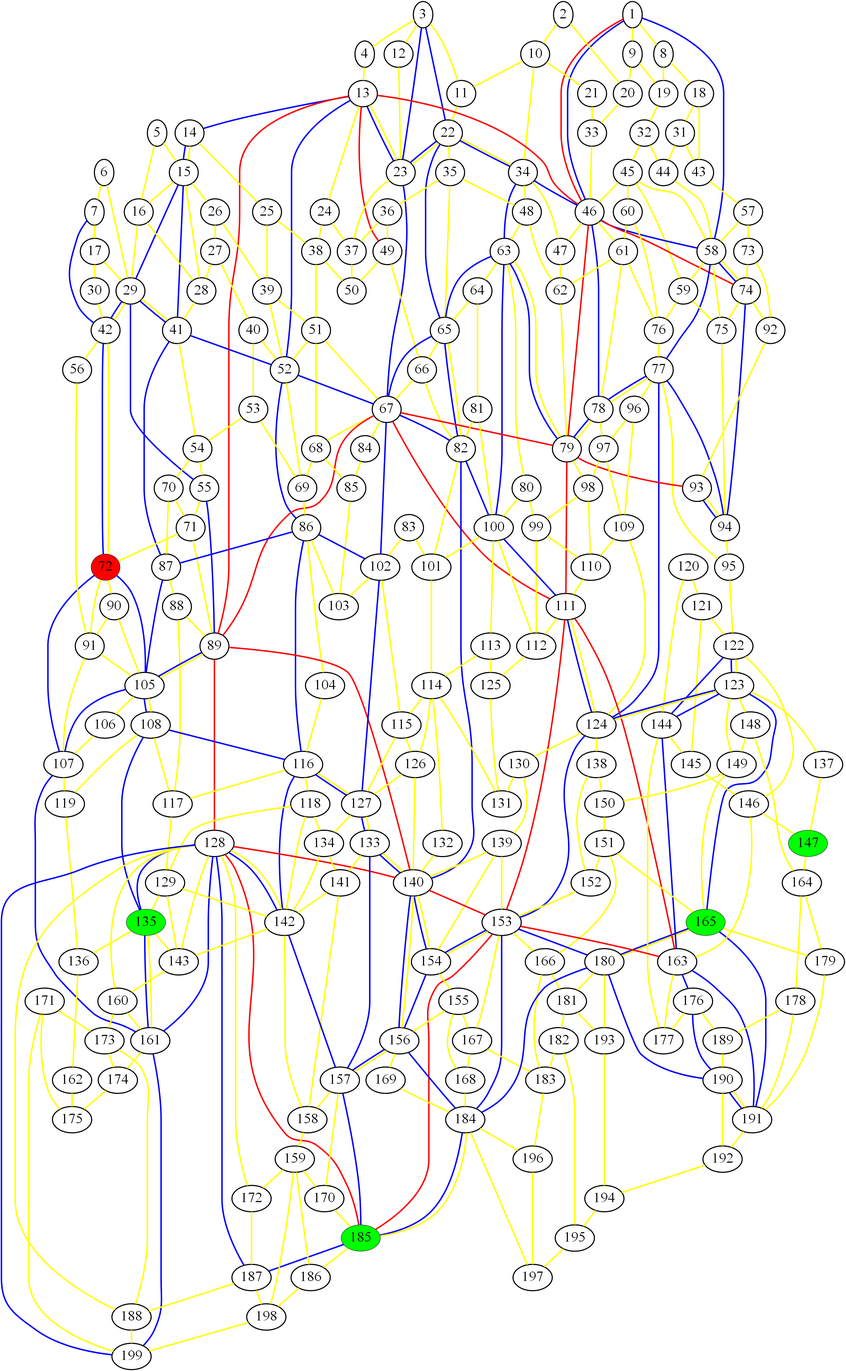
The Graphviz diagram graph_9.png in ed-churchill/complex-systems-project, before a commit. Its source is kept beside it as graph_9.gv.
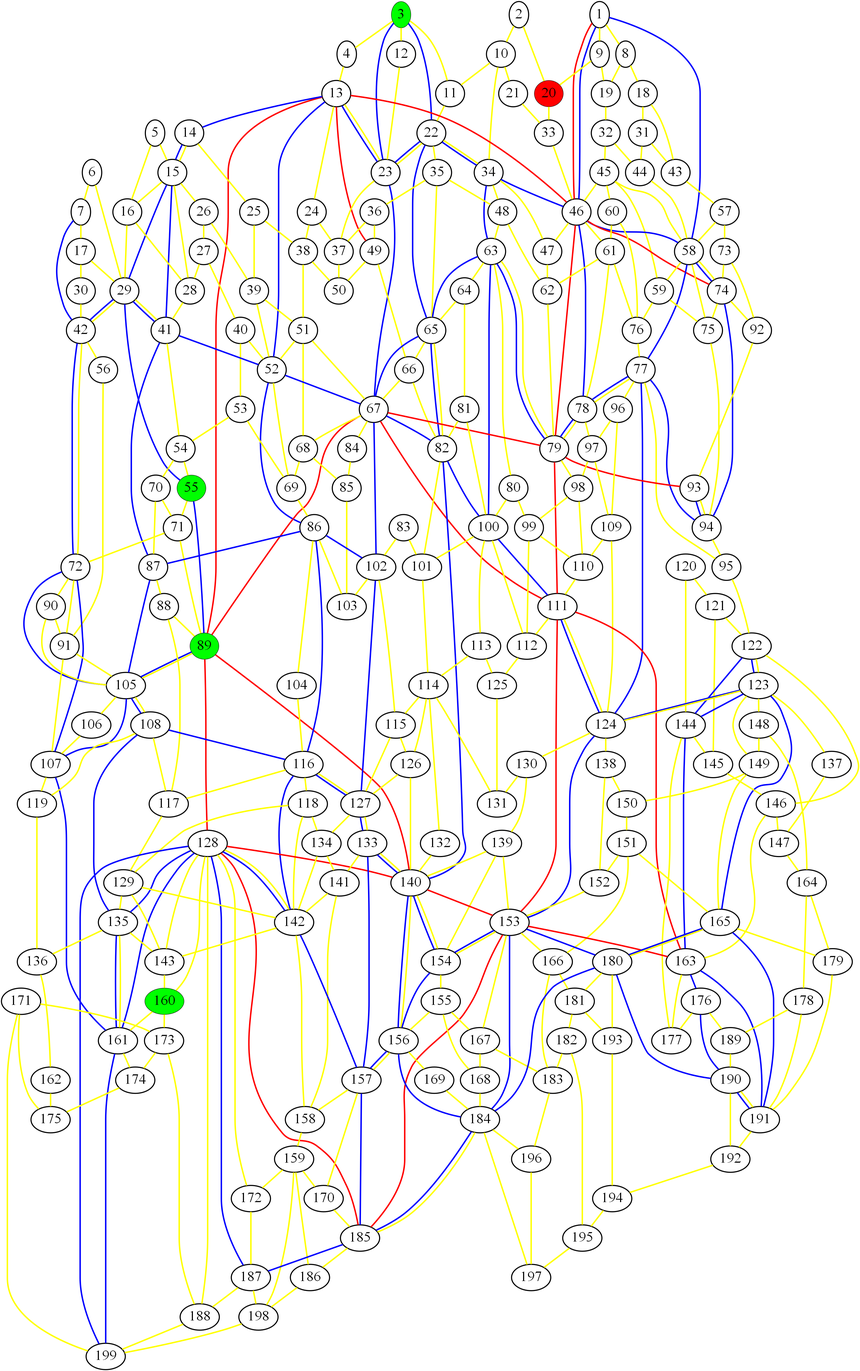
After the change.

What changed in the source:
```diff
@@ -1,12 +1,11 @@
 graph london_graph {
-72 [fillcolor=red, fontsize=40, pendwidth=3, style=filled];
-135 [fillcolor=green, fontsize=40, pendwidth=3, style=filled];
-147 [fillcolor=green, fontsize=40, pendwidth=3, style=filled];
-165 [fillcolor=green, fontsize=40, pendwidth=3, style=filled];
-185 [fillcolor=green, fontsize=40, pendwidth=3, style=filled];
+20 [fillcolor=red, fontsize=40, pendwidth=3, style=filled];
+55 [fillcolor=green, fontsize=40, pendwidth=3, style=filled];
+3 [fillcolor=green, fontsize=40, pendwidth=3, style=filled];
+160 [fillcolor=green, fontsize=40, pendwidth=3, style=filled];
+89 [fillcolor=green, fontsize=40, pendwidth=3, style=filled];
 1 [fontsize=40, penwidth=3];
 2 [fontsize=40, penwidth=3];
-3 [fontsize=40, penwidth=3];
 4 [fontsize=40, penwidth=3];
 5 [fontsize=40, penwidth=3];
 6 [fontsize=40, penwidth=3];
@@ -23,7 +22,6 @@
 17 [fontsize=40, penwidth=3];
 18 [fontsize=40, penwidth=3];
 19 [fontsize=40, penwidth=3];
-20 [fontsize=40, penwidth=3];
 21 [fontsize=40, penwidth=3];
 22 [fontsize=40, penwidth=3];
 23 [fontsize=40, penwidth=3];
@@ -58,7 +56,6 @@
 52 [fontsize=40, penwidth=3];
 53 [fontsize=40, penwidth=3];
 54 [fontsize=40, penwidth=3];
-55 [fontsize=40, penwidth=3];
 56 [fontsize=40, penwidth=3];
 57 [fontsize=40, penwidth=3];
 58 [fontsize=40, penwidth=3];
@@ -75,6 +72,7 @@
 69 [fontsize=40, penwidth=3];
 70 [fontsize=40, penwidth=3];
 71 [fontsize=40, penwidth=3];
+72 [fontsize=40, penwidth=3];
 73 [fontsize=40, penwidth=3];
 74 [fontsize=40, penwidth=3];
 75 [fontsize=40, penwidth=3];
@@ -91,7 +89,6 @@
 86 [fontsize=40, penwidth=3];
 87 [fontsize=40, penwidth=3];
 88 [fontsize=40, penwidth=3];
-89 [fontsize=40, penwidth=3];
 90 [fontsize=40, penwidth=3];
 91 [fontsize=40, penwidth=3];
 92 [fontsize=40, penwidth=3];
@@ -137,6 +134,7 @@
 132 [fontsize=40, penwidth=3];
 133 [fontsize=40, penwidth=3];
 134 [fontsize=40, penwidth=3];
+135 [fontsize=40, penwidth=3];
 136 [fontsize=40, penwidth=3];
 137 [fontsize=40, penwidth=3];
 138 [fontsize=40, penwidth=3];
@@ -148,6 +146,7 @@
 144 [fontsize=40, penwidth=3];
 145 [fontsize=40, penwidth=3];
 146 [fontsize=40, penwidth=3];
+147 [fontsize=40, penwidth=3];
 148 [fontsize=40, penwidth=3];
 149 [fontsize=40, penwidth=3];
 150 [fontsize=40, penwidth=3];
@@ -160,11 +159,11 @@
 157 [fontsize=40, penwidth=3];
 158 [fontsize=40, penwidth=3];
 159 [fontsize=40, penwidth=3];
-160 [fontsize=40, penwidth=3];
 161 [fontsize=40, penwidth=3];
 162 [fontsize=40, penwidth=3];
 163 [fontsize=40, penwidth=3];
 164 [fontsize=40, penwidth=3];
+165 [fontsize=40, penwidth=3];
 166 [fontsize=40, penwidth=3];
 167 [fontsize=40, penwidth=3];
 168 [fontsize=40, penwidth=3];
@@ -184,6 +183,7 @@
 182 [fontsize=40, penwidth=3];
 183 [fontsize=40, penwidth=3];
 184 [fontsize=40, penwidth=3];
+185 [fontsize=40, penwidth=3];
 186 [fontsize=40, penwidth=3];
 187 [fontsize=40, penwidth=3];
 188 [fontsize=40, penwidth=3];
```
